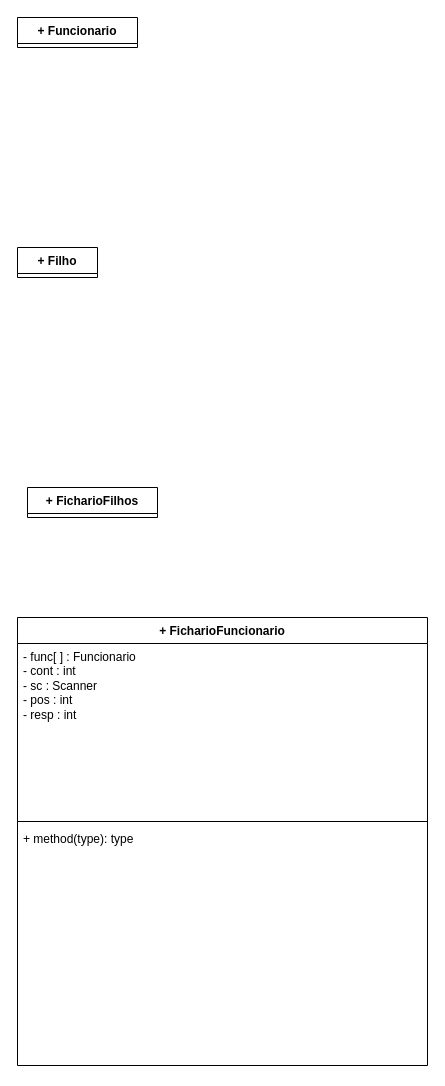
This is Análise e Projetos Orientados a Objetos/Lista02/Ex02/Lista02Ex02.drawio from Krittz/IFTM-ADS, a draw.io file, before an edit. Source tidied: cells renumbered, new cells numbered last; positions are measured from the earlier drawing's top-left corner, leaving out a move shared by most shapes. Both pictures are drawn from the tidied source at 100%, with x=0, y=0 at pixel (17, 17).
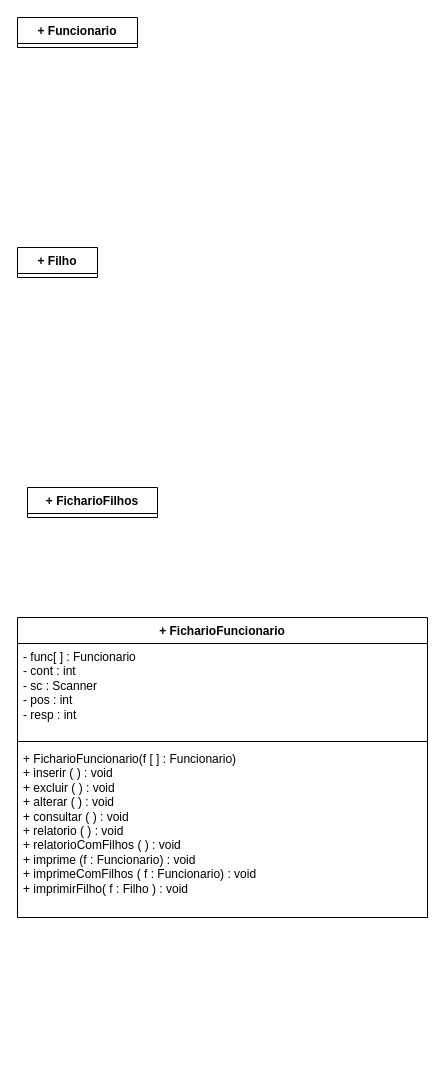
Above is the later version.

What changed in the source:
```diff
@@
 <mxGraphModel>
   <root>
     <mxCell id="0" />
     <mxCell id="1" parent="0" />
     <mxCell id="2" value="+ Funcionario" style="swimlane;fontStyle=1;align=center;verticalAlign=top;horizontal=1;startSize=26;whiteSpace=wrap;html=1;" parent="1" vertex="1" collapsed="1">
       <mxGeometry width="120" height="30" as="geometry" />
     </mxCell>
     <mxCell id="3" value="+ Filho" style="swimlane;fontStyle=1;align=center;verticalAlign=top;horizontal=1;startSize=26;whiteSpace=wrap;html=1;" parent="1" vertex="1" collapsed="1">
       <mxGeometry y="230" width="80" height="30" as="geometry" />
     </mxCell>
     <mxCell id="4" value="+ FicharioFilhos" style="swimlane;fontStyle=1;align=center;verticalAlign=top;horizontal=1;startSize=26;whiteSpace=wrap;html=1;" parent="1" vertex="1" collapsed="1">
       <mxGeometry x="10" y="470" width="130" height="30" as="geometry" />
     </mxCell>
     <mxCell id="5" value="+ FicharioFuncionario" style="swimlane;fontStyle=1;align=center;verticalAlign=top;horizontal=1;startSize=26;whiteSpace=wrap;html=1;" parent="1" vertex="1">
-      <mxGeometry y="600" width="410" height="448" as="geometry" />
+      <mxGeometry y="600" width="410" height="300" as="geometry" />
     </mxCell>
     <mxCell id="6" value="- func[ ] : Funcionario&lt;br&gt;- cont : int&lt;br&gt;- sc : Scanner&lt;br&gt;- pos : int&lt;br&gt;- resp : int&lt;br&gt;&lt;br&gt;" style="text;strokeColor=none;fillColor=none;align=left;verticalAlign=top;spacingLeft=4;spacingRight=4;overflow=hidden;whiteSpace=wrap;html=1;" parent="5" vertex="1">
-      <mxGeometry y="26" width="410" height="174" as="geometry" />
+      <mxGeometry y="26" width="410" height="94" as="geometry" />
     </mxCell>
     <mxCell id="7" style="line;strokeWidth=1;fillColor=none;align=left;verticalAlign=middle;spacingTop=-1;spacingLeft=3;spacingRight=3;labelPosition=right;strokeColor=inherit;" parent="5" vertex="1">
-      <mxGeometry y="200" width="410" height="8" as="geometry" />
+      <mxGeometry y="120" width="410" height="8" as="geometry" />
     </mxCell>
-    <mxCell id="8" value="+ method(type): type" style="text;strokeColor=none;fillColor=none;align=left;verticalAlign=top;spacingLeft=4;spacingRight=4;overflow=hidden;whiteSpace=wrap;html=1;" parent="5" vertex="1">
-      <mxGeometry y="208" width="410" height="240" as="geometry" />
+    <mxCell id="8" value="+ FicharioFuncionario(f [ ] : Funcionario)&lt;br&gt;+ inserir ( ) : void&lt;br&gt;+ excluir ( ) : void&lt;br&gt;+ alterar ( ) : void&lt;br&gt;+ consultar ( ) : void&lt;br&gt;+ relatorio ( ) : void&lt;br&gt;+ relatorioComFilhos ( ) : void&lt;br&gt;+ imprime (f : Funcionario) : void&lt;br&gt;+ imprimeComFilhos ( f : Funcionario) : void&lt;br&gt;+ imprimirFilho( f : Filho ) : void&lt;br&gt;&amp;nbsp;" style="text;strokeColor=none;fillColor=none;align=left;verticalAlign=top;spacingLeft=4;spacingRight=4;overflow=hidden;whiteSpace=wrap;html=1;" parent="5" vertex="1">
+      <mxGeometry y="128" width="410" height="172" as="geometry" />
     </mxCell>
   </root>
 </mxGraphModel>
```
